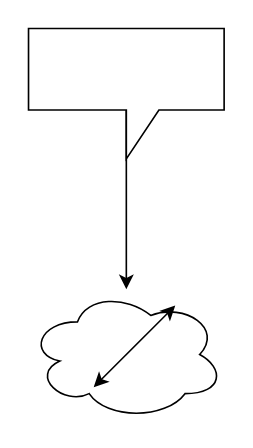
Before: Untitled Diagram.drawio in dtcg/republique, a draw.io diagram. Source tidied: cells renumbered, new cells numbered last; positions are measured from the earlier drawing's top-left corner, leaving out a move shared by most shapes. Both pictures are drawn from the tidied source at 163%, with x=0, y=0 at pixel (28, 28).
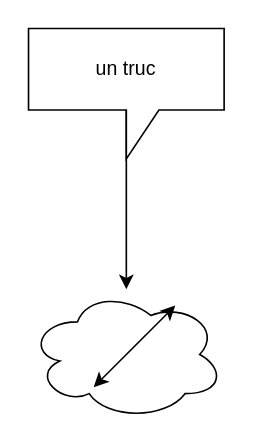
The same page after the edit.

The edit, as a diff of the source:
```diff
@@
 <mxGraphModel>
   <root>
     <mxCell id="0" />
     <mxCell id="1" parent="0" />
     <mxCell id="2" style="ellipse;shape=cloud;whiteSpace=wrap;html=1;" parent="1" vertex="1">
       <mxGeometry y="160" width="120" height="80" as="geometry" />
     </mxCell>
     <mxCell id="3" style="edgeStyle=orthogonalEdgeStyle;rounded=0;jettySize=auto;html=1;" parent="1" edge="1" source="4" target="2">
       <mxGeometry relative="1" as="geometry" />
     </mxCell>
-    <mxCell id="4" style="shape=callout;whiteSpace=wrap;html=1;perimeter=calloutPerimeter;" parent="1" vertex="1">
+    <mxCell id="4" value="un truc" style="shape=callout;whiteSpace=wrap;html=1;perimeter=calloutPerimeter;" parent="1" vertex="1">
       <mxGeometry width="120" height="80" as="geometry" />
     </mxCell>
     <mxCell id="5" style="endArrow=classic;startArrow=classic;html=1;rounded=0;" parent="1" edge="1">
       <mxGeometry relative="1" as="geometry">
         <mxPoint x="40" y="220" as="sourcePoint" />
         <mxPoint x="90" y="170" as="targetPoint" />
       </mxGeometry>
     </mxCell>
   </root>
 </mxGraphModel>
```
